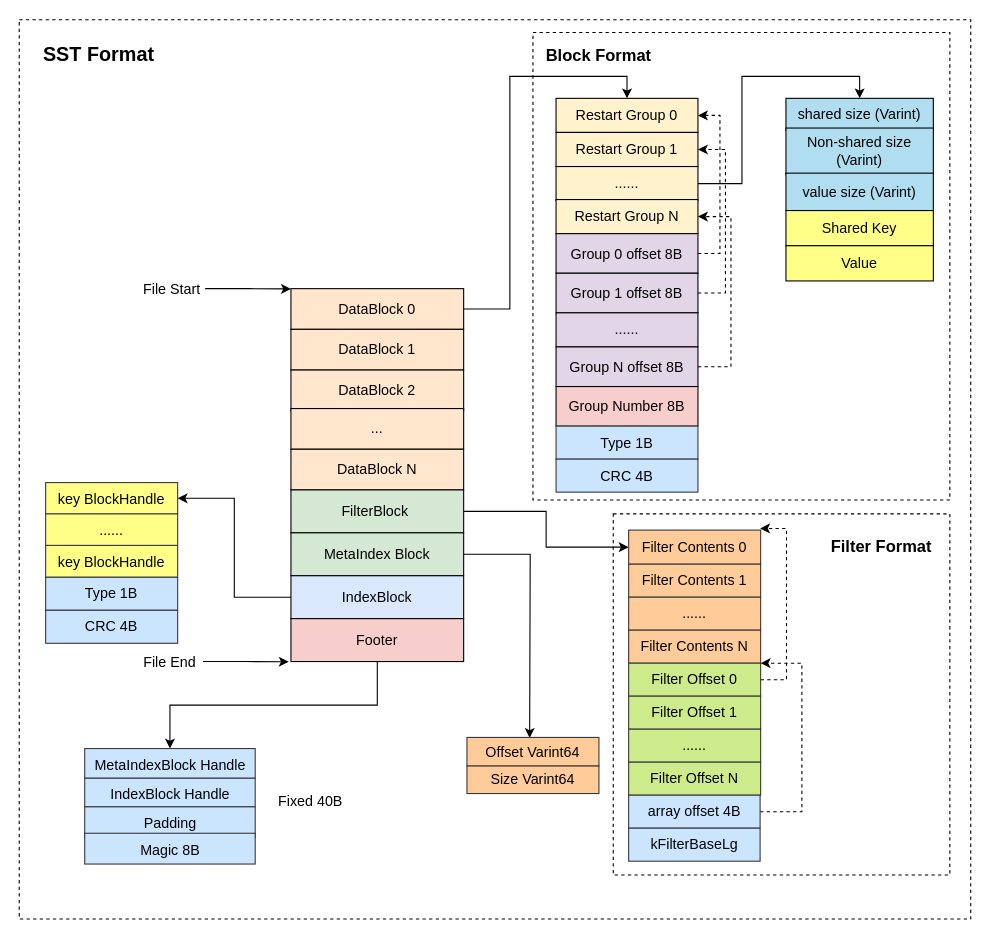
Holworth/DrawIO keeps this draw.io diagram as page "第 1 页" (1 of 3) of LevelDB Code.drawio. Above is the earlier version. Source tidied: cells renumbered, new cells numbered last; positions are measured from the earlier drawing's top-left corner, leaving out a move shared by most shapes. Both pictures are drawn from the tidied source at 110%, with x=0, y=0 at pixel (19, 19).
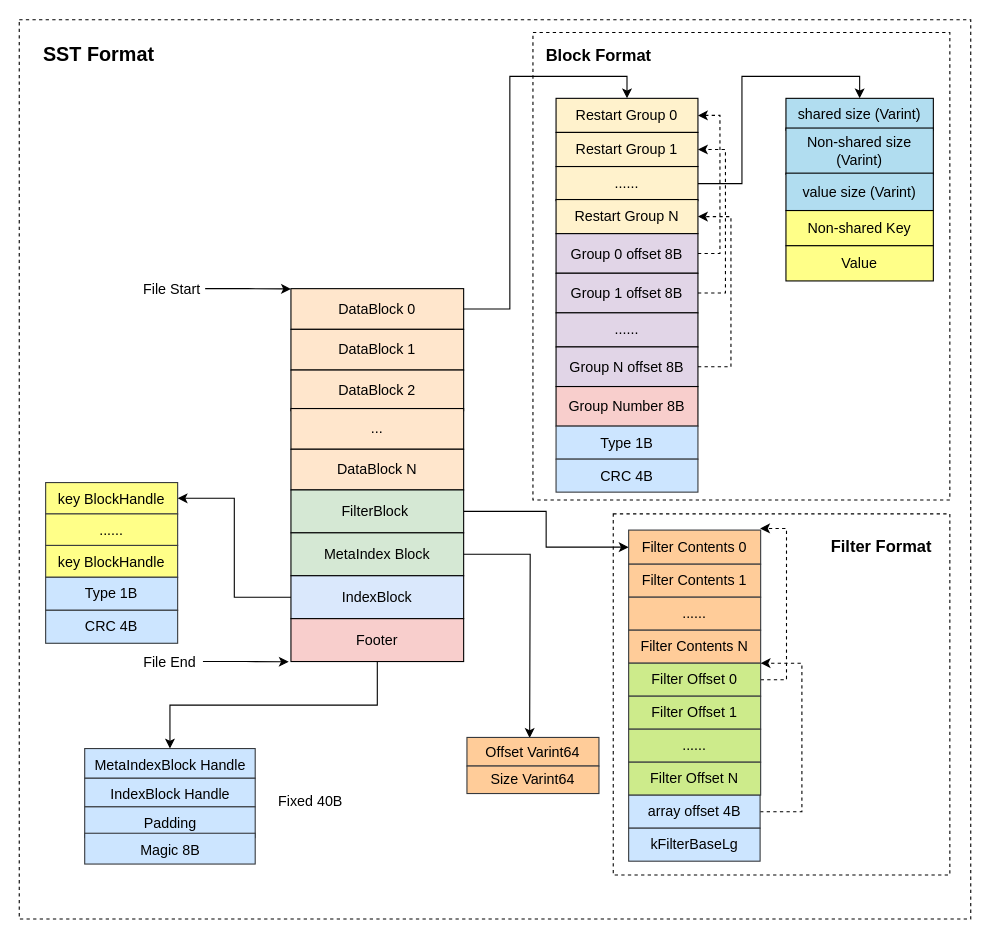
The same page after the edit.

Change to the diagram source:
```diff
@@
-    <mxCell id="39" value="Shared Key" style="rounded=0;whiteSpace=wrap;html=1;fontSize=13;strokeWidth=1;fillColor=#ffff88;strokeColor=#000000;" parent="1" vertex="1">
+    <mxCell id="39" value="Non-shared Key" style="rounded=0;whiteSpace=wrap;html=1;fontSize=13;strokeWidth=1;fillColor=#ffff88;strokeColor=#000000;" parent="1" vertex="1">
       <mxGeometry x="697" y="173.9" width="134" height="32" as="geometry" />
     </mxCell>
```
